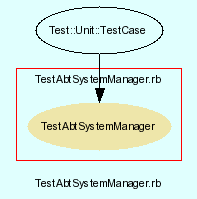
The Graphviz diagram src/trunk/doc/dot/f_16.png in eschabell/abtlinux, before a commit. Its source is kept beside it as src/trunk/doc/dot/f_16.dot. The source it was exported from:
```dot
digraph TopLevel {
    compound = true
    bgcolor = lightcyan1
    fontname = Arial
    fontsize = 8
    label = "TestAbtSystemManager.rb"
    node [
        fontname = Arial,
        fontsize = 8,
        color = black
    ]

    subgraph cluster_17 {
        fontname = Arial
        color = red
        label = "TestAbtSystemManager.rb"
        TestAbtSystemManager [
            fontcolor = black,
            URL = "classes/TestAbtSystemManager.html",
            shape = ellipse,
            color = palegoldenrod,
            style = filled,
            label = "TestAbtSystemManager"
        ]

    }

    Test__Unit__TestCase [
        URL = "classes/Test/Unit/TestCase.html",
        label = "Test::Unit::TestCase"
    ]

    Test__Unit__TestCase -> TestAbtSystemManager [

    ]

}
```
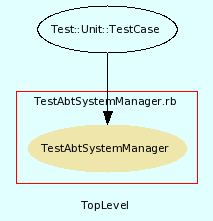
After the commit.

Diff of the diagram source:
```diff
@@ -3,7 +3,7 @@
     bgcolor = lightcyan1
     fontname = Arial
     fontsize = 8
-    label = "TestAbtSystemManager.rb"
+    label = "TopLevel"
     node [
         fontname = Arial,
         fontsize = 8,
```
